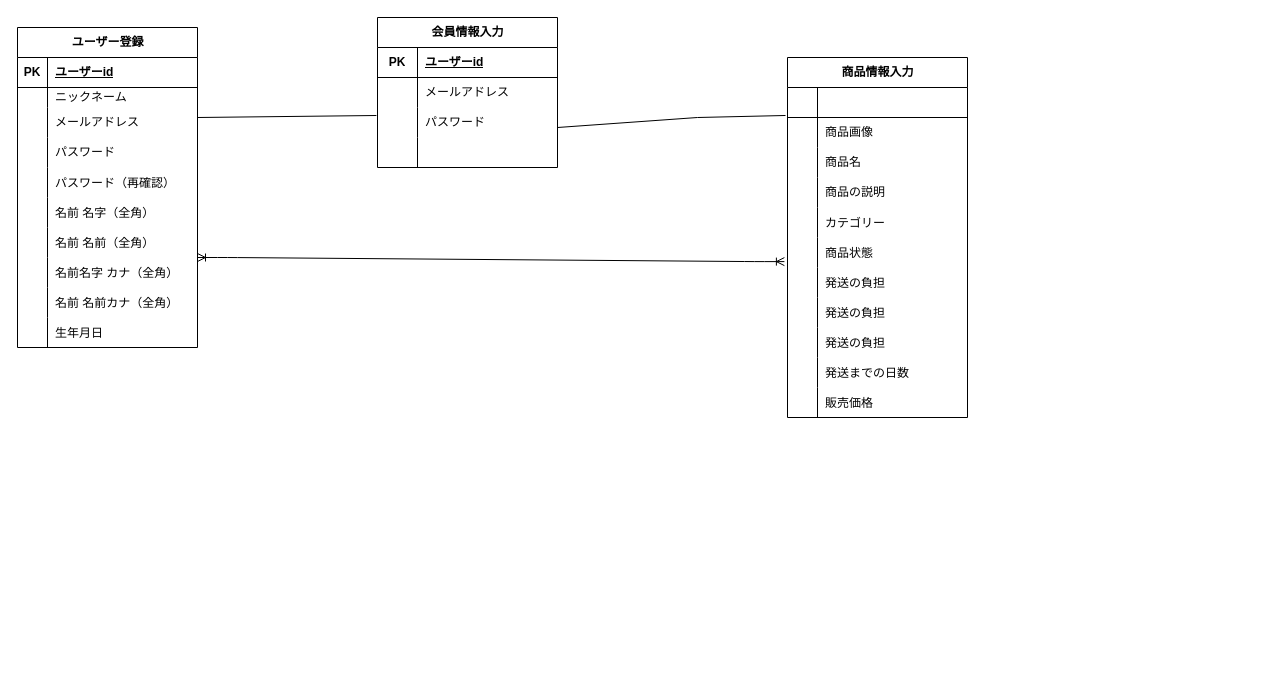
Earlier version of the draw.io diagram ERB.dio (kueitosu401/furima-41964). Source tidied: cells renumbered, new cells numbered last; positions are measured from the earlier drawing's top-left corner, leaving out a move shared by most shapes. Both pictures are drawn from the tidied source at 100%, with x=0, y=0 at pixel (17, 17).
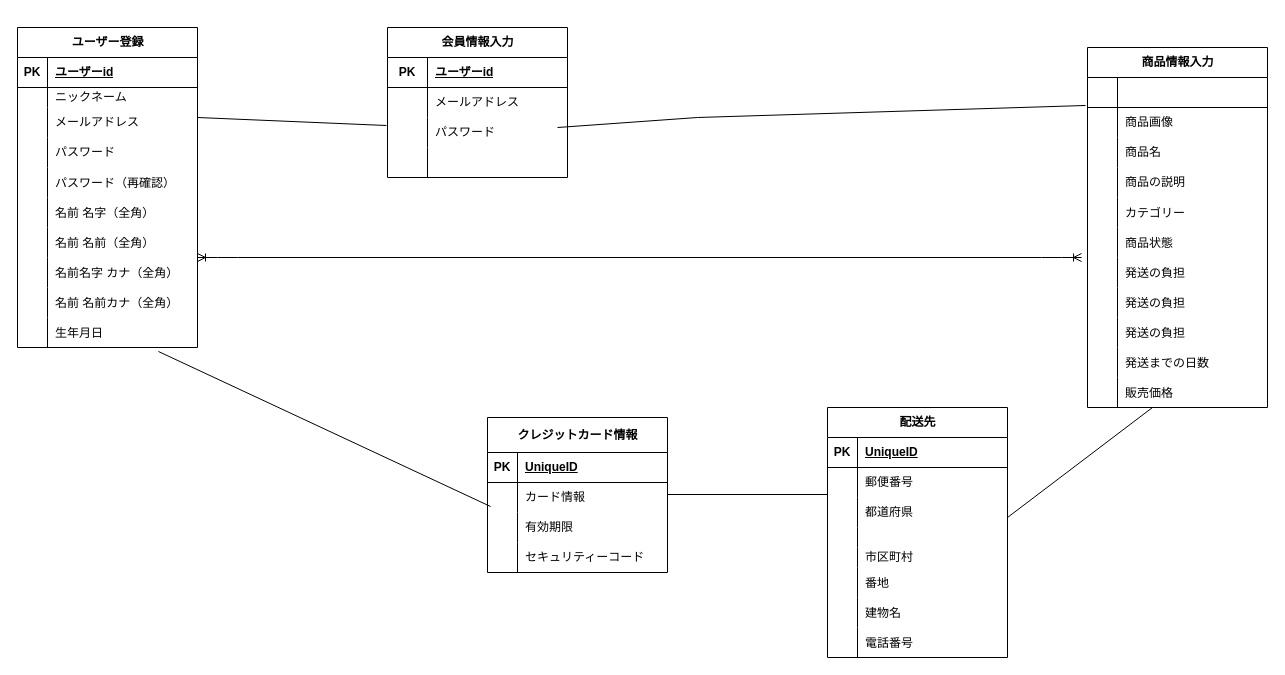
The same diagram, later.

Unchanged cells that the change refers to:
```xml
<mxCell id="34" style="shape=tableRow;horizontal=0;startSize=0;swimlaneHead=0;swimlaneBody=0;fillColor=none;points=[[0,0.5],[1,0.5]];portConstraint=eastwest;top=0;left=0;right=0;bottom=0;" parent="6" vertex="1">
  <mxGeometry y="290" width="180" height="30" as="geometry" />
</mxCell>
<mxCell id="69" style="shape=tableRow;horizontal=0;startSize=0;swimlaneHead=0;swimlaneBody=0;fillColor=none;points=[[0,0.5],[1,0.5]];portConstraint=eastwest;top=0;left=0;right=0;bottom=0;" parent="50" vertex="1">
  <mxGeometry y="210" width="180" height="30" as="geometry" />
</mxCell>
<mxCell id="81" style="shape=tableRow;horizontal=0;startSize=0;swimlaneHead=0;swimlaneBody=0;fillColor=none;points=[[0,0.5],[1,0.5]];portConstraint=eastwest;top=0;left=0;right=0;bottom=0;" parent="50" vertex="1">
  <mxGeometry y="330" width="180" height="30" as="geometry" />
</mxCell>
```

What changed in the source:
```diff
@@
     <mxCell id="37" value="会員情報入力" style="shape=table;startSize=30;childLayout=tableLayout;rowLines=0;fontStyle=1;align=center;html=1;" parent="1" vertex="1">
-      <mxGeometry x="360" width="180" height="150" as="geometry" />
+      <mxGeometry x="370" y="10" width="180" height="150" as="geometry" />
     </mxCell>
@@
     <mxCell id="50" value="商品情報入力" style="shape=table;startSize=30;childLayout=tableLayout;rowLines=0;fontStyle=1;align=center;html=1;" parent="1" vertex="1">
-      <mxGeometry x="770" y="40" width="180" height="360" as="geometry" />
+      <mxGeometry x="1070" y="30" width="180" height="360" as="geometry" />
     </mxCell>
@@
-    <mxCell id="84" style="edgeStyle=entityRelationEdgeStyle;fontSize=12;html=1;endArrow=ERoneToMany;startArrow=ERoneToMany;exitX=1;exitY=0.5;exitDx=0;exitDy=0;entryX=-0.017;entryY=0.067;entryDx=0;entryDy=0;entryPerimeter=0;" parent="1" edge="1">
+    <mxCell id="84" style="edgeStyle=entityRelationEdgeStyle;fontSize=12;html=1;endArrow=ERoneToMany;startArrow=ERoneToMany;exitX=1;exitY=0.5;exitDx=0;exitDy=0;entryX=-0.033;entryY=0;entryDx=0;entryDy=0;entryPerimeter=0;" parent="1" edge="1" target="69">
       <mxGeometry relative="1" as="geometry">
         <mxPoint x="180" y="240" as="sourcePoint" />
-        <mxPoint x="766.9" y="244.1" as="targetPoint" />
       </mxGeometry>
     </mxCell>
@@
+    <mxCell id="87" value="配送先" style="shape=table;startSize=30;childLayout=tableLayout;rowLines=0;fontStyle=1;align=center;html=1;" parent="1" vertex="1">
+      <mxGeometry x="810" y="390" width="180" height="250" as="geometry" />
+    </mxCell>
+    <mxCell id="88" style="shape=tableRow;horizontal=0;startSize=0;swimlaneHead=0;swimlaneBody=0;fillColor=none;top=0;left=0;right=0;bottom=1;" parent="87" vertex="1">
+      <mxGeometry y="30" width="180" height="30" as="geometry" />
+    </mxCell>
+    <mxCell id="89" value="PK" style="shape=partialRectangle;fillColor=none;top=0;left=0;bottom=0;right=0;fontStyle=1;overflow=hidden;whiteSpace=wrap;html=1;" parent="88" vertex="1">
+      <mxGeometry width="30" height="30" as="geometry" />
+    </mxCell>
+    <mxCell id="90" value="UniqueID" style="shape=partialRectangle;fillColor=none;top=0;left=0;bottom=0;right=0;align=left;spacingLeft=6;fontStyle=5;overflow=hidden;whiteSpace=wrap;html=1;" parent="88" vertex="1">
+      <mxGeometry x="30" width="150" height="30" as="geometry" />
+    </mxCell>
+    <mxCell id="91" style="shape=tableRow;horizontal=0;startSize=0;swimlaneHead=0;swimlaneBody=0;fillColor=none;top=0;left=0;right=0;bottom=0;" parent="87" vertex="1">
+      <mxGeometry y="60" width="180" height="30" as="geometry" />
+    </mxCell>
+    <mxCell id="92" style="shape=partialRectangle;fillColor=none;top=0;left=0;bottom=0;right=0;overflow=hidden;whiteSpace=wrap;html=1;" parent="91" vertex="1">
+      <mxGeometry width="30" height="30" as="geometry" />
+    </mxCell>
+    <mxCell id="93" value="郵便番号" style="shape=partialRectangle;fillColor=none;top=0;left=0;bottom=0;right=0;align=left;spacingLeft=6;overflow=hidden;whiteSpace=wrap;html=1;" parent="91" vertex="1">
+      <mxGeometry x="30" width="150" height="30" as="geometry" />
+    </mxCell>
+    <mxCell id="94" style="shape=tableRow;horizontal=0;startSize=0;swimlaneHead=0;swimlaneBody=0;fillColor=none;top=0;left=0;right=0;bottom=0;" parent="87" vertex="1">
+      <mxGeometry y="90" width="180" height="30" as="geometry" />
+    </mxCell>
+    <mxCell id="95" style="shape=partialRectangle;fillColor=none;top=0;left=0;bottom=0;right=0;overflow=hidden;whiteSpace=wrap;html=1;" parent="94" vertex="1">
+      <mxGeometry width="30" height="30" as="geometry" />
+    </mxCell>
+    <mxCell id="96" value="都道府県" style="shape=partialRectangle;fillColor=none;top=0;left=0;bottom=0;right=0;align=left;spacingLeft=6;overflow=hidden;whiteSpace=wrap;html=1;" parent="94" vertex="1">
+      <mxGeometry x="30" width="150" height="30" as="geometry" />
+    </mxCell>
+    <mxCell id="97" style="shape=tableRow;horizontal=0;startSize=0;swimlaneHead=0;swimlaneBody=0;fillColor=none;top=0;left=0;right=0;bottom=0;" parent="87" vertex="1">
+      <mxGeometry y="120" width="180" height="20" as="geometry" />
+    </mxCell>
+    <mxCell id="98" style="shape=partialRectangle;fillColor=none;top=0;left=0;bottom=0;right=0;overflow=hidden;" parent="97" vertex="1">
+      <mxGeometry width="30" height="20" as="geometry" />
+    </mxCell>
+    <mxCell id="99" style="shape=partialRectangle;fillColor=none;top=0;left=0;bottom=0;right=0;align=left;spacingLeft=6;overflow=hidden;" parent="97" vertex="1">
+      <mxGeometry x="30" width="150" height="20" as="geometry" />
+    </mxCell>
+    <mxCell id="100" style="shape=tableRow;horizontal=0;startSize=0;swimlaneHead=0;swimlaneBody=0;fillColor=none;top=0;left=0;right=0;bottom=0;" parent="87" vertex="1">
+      <mxGeometry y="140" width="180" height="20" as="geometry" />
+    </mxCell>
+    <mxCell id="101" style="shape=partialRectangle;fillColor=none;top=0;left=0;bottom=0;right=0;overflow=hidden;whiteSpace=wrap;html=1;" parent="100" vertex="1">
+      <mxGeometry width="30" height="20" as="geometry" />
+    </mxCell>
+    <mxCell id="102" value="市区町村" style="shape=partialRectangle;fillColor=none;top=0;left=0;bottom=0;right=0;align=left;spacingLeft=6;overflow=hidden;whiteSpace=wrap;html=1;" parent="100" vertex="1">
+      <mxGeometry x="30" width="150" height="20" as="geometry" />
+    </mxCell>
+    <mxCell id="103" style="shape=tableRow;horizontal=0;startSize=0;swimlaneHead=0;swimlaneBody=0;fillColor=none;top=0;left=0;right=0;bottom=0;" parent="87" vertex="1">
+      <mxGeometry y="160" width="180" height="30" as="geometry" />
+    </mxCell>
+    <mxCell id="104" style="shape=partialRectangle;fillColor=none;top=0;left=0;bottom=0;right=0;overflow=hidden;" parent="103" vertex="1">
+      <mxGeometry width="30" height="30" as="geometry" />
+    </mxCell>
+    <mxCell id="105" value="番地" style="shape=partialRectangle;fillColor=none;top=0;left=0;bottom=0;right=0;align=left;spacingLeft=6;overflow=hidden;" parent="103" vertex="1">
+      <mxGeometry x="30" width="150" height="30" as="geometry" />
+    </mxCell>
+    <mxCell id="106" style="shape=tableRow;horizontal=0;startSize=0;swimlaneHead=0;swimlaneBody=0;fillColor=none;top=0;left=0;right=0;bottom=0;" parent="87" vertex="1">
+      <mxGeometry y="190" width="180" height="30" as="geometry" />
+    </mxCell>
+    <mxCell id="107" style="shape=partialRectangle;fillColor=none;top=0;left=0;bottom=0;right=0;overflow=hidden;" parent="106" vertex="1">
+      <mxGeometry width="30" height="30" as="geometry" />
+    </mxCell>
+    <mxCell id="108" value="建物名" style="shape=partialRectangle;fillColor=none;top=0;left=0;bottom=0;right=0;align=left;spacingLeft=6;overflow=hidden;" parent="106" vertex="1">
+      <mxGeometry x="30" width="150" height="30" as="geometry" />
+    </mxCell>
+    <mxCell id="109" style="shape=tableRow;horizontal=0;startSize=0;swimlaneHead=0;swimlaneBody=0;fillColor=none;top=0;left=0;right=0;bottom=0;" parent="87" vertex="1">
+      <mxGeometry y="220" width="180" height="30" as="geometry" />
+    </mxCell>
+    <mxCell id="110" style="shape=partialRectangle;fillColor=none;top=0;left=0;bottom=0;right=0;overflow=hidden;" parent="109" vertex="1">
+      <mxGeometry width="30" height="30" as="geometry" />
+    </mxCell>
+    <mxCell id="111" value="電話番号" style="shape=partialRectangle;fillColor=none;top=0;left=0;bottom=0;right=0;align=left;spacingLeft=6;overflow=hidden;" parent="109" vertex="1">
+      <mxGeometry x="30" width="150" height="30" as="geometry" />
+    </mxCell>
+    <mxCell id="112" value="クレジットカード情報" style="shape=table;startSize=35;childLayout=tableLayout;rowLines=0;fontStyle=1;align=center;html=1;" parent="1" vertex="1">
+      <mxGeometry x="470" y="400" width="180" height="155" as="geometry" />
+    </mxCell>
+    <mxCell id="113" style="shape=tableRow;horizontal=0;startSize=0;swimlaneHead=0;swimlaneBody=0;fillColor=none;top=0;left=0;right=0;bottom=1;" parent="112" vertex="1">
+      <mxGeometry y="35" width="180" height="30" as="geometry" />
+    </mxCell>
+    <mxCell id="114" value="PK" style="shape=partialRectangle;fillColor=none;top=0;left=0;bottom=0;right=0;fontStyle=1;overflow=hidden;whiteSpace=wrap;html=1;" parent="113" vertex="1">
+      <mxGeometry width="30" height="30" as="geometry" />
+    </mxCell>
+    <mxCell id="115" value="UniqueID" style="shape=partialRectangle;fillColor=none;top=0;left=0;bottom=0;right=0;align=left;spacingLeft=6;fontStyle=5;overflow=hidden;whiteSpace=wrap;html=1;" parent="113" vertex="1">
+      <mxGeometry x="30" width="150" height="30" as="geometry" />
+    </mxCell>
+    <mxCell id="116" style="shape=tableRow;horizontal=0;startSize=0;swimlaneHead=0;swimlaneBody=0;fillColor=none;points=[[0,0.5],[1,0.5]];portConstraint=eastwest;top=0;left=0;right=0;bottom=0;" parent="112" vertex="1">
+      <mxGeometry y="65" width="180" height="30" as="geometry" />
+    </mxCell>
+    <mxCell id="117" style="shape=partialRectangle;fillColor=none;top=0;left=0;bottom=0;right=0;overflow=hidden;whiteSpace=wrap;html=1;" parent="116" vertex="1">
+      <mxGeometry width="30" height="30" as="geometry" />
+    </mxCell>
+    <mxCell id="118" value="カード情報" style="shape=partialRectangle;fillColor=none;top=0;left=0;bottom=0;right=0;align=left;spacingLeft=6;overflow=hidden;whiteSpace=wrap;html=1;" parent="116" vertex="1">
+      <mxGeometry x="30" width="150" height="30" as="geometry" />
+    </mxCell>
+    <mxCell id="119" style="shape=tableRow;horizontal=0;startSize=0;swimlaneHead=0;swimlaneBody=0;fillColor=none;top=0;left=0;right=0;bottom=0;" parent="112" vertex="1">
+      <mxGeometry y="95" width="180" height="30" as="geometry" />
+    </mxCell>
+    <mxCell id="120" style="shape=partialRectangle;fillColor=none;top=0;left=0;bottom=0;right=0;overflow=hidden;whiteSpace=wrap;html=1;" parent="119" vertex="1">
+      <mxGeometry width="30" height="30" as="geometry" />
+    </mxCell>
+    <mxCell id="121" value="有効期限" style="shape=partialRectangle;fillColor=none;top=0;left=0;bottom=0;right=0;align=left;spacingLeft=6;overflow=hidden;whiteSpace=wrap;html=1;" parent="119" vertex="1">
+      <mxGeometry x="30" width="150" height="30" as="geometry" />
+    </mxCell>
+    <mxCell id="122" style="shape=tableRow;horizontal=0;startSize=0;swimlaneHead=0;swimlaneBody=0;fillColor=none;top=0;left=0;right=0;bottom=0;" parent="112" vertex="1">
+      <mxGeometry y="125" width="180" height="30" as="geometry" />
+    </mxCell>
+    <mxCell id="123" style="shape=partialRectangle;fillColor=none;top=0;left=0;bottom=0;right=0;overflow=hidden;whiteSpace=wrap;html=1;" parent="122" vertex="1">
+      <mxGeometry width="30" height="30" as="geometry" />
+    </mxCell>
+    <mxCell id="124" value="セキュリティーコード" style="shape=partialRectangle;fillColor=none;top=0;left=0;bottom=0;right=0;align=left;spacingLeft=6;overflow=hidden;whiteSpace=wrap;html=1;" parent="122" vertex="1">
+      <mxGeometry x="30" width="150" height="30" as="geometry" />
+    </mxCell>
+    <mxCell id="125" style="endArrow=none;html=1;rounded=0;" parent="1" edge="1">
+      <mxGeometry relative="1" as="geometry">
+        <mxPoint x="650" y="477" as="sourcePoint" />
+        <mxPoint x="810" y="477" as="targetPoint" />
+      </mxGeometry>
+    </mxCell>
+    <mxCell id="126" style="endArrow=none;html=1;rounded=0;entryX=0.361;entryY=1;entryDx=0;entryDy=0;entryPerimeter=0;" parent="1" edge="1" target="81">
+      <mxGeometry relative="1" as="geometry">
+        <mxPoint x="990" y="500" as="sourcePoint" />
+      </mxGeometry>
+    </mxCell>
+    <mxCell id="127" style="endArrow=none;html=1;rounded=0;entryX=0.017;entryY=0.8;entryDx=0;entryDy=0;entryPerimeter=0;exitX=0.783;exitY=1.133;exitDx=0;exitDy=0;exitPerimeter=0;" parent="1" edge="1" source="34" target="116">
+      <mxGeometry relative="1" as="geometry" />
+    </mxCell>
```
